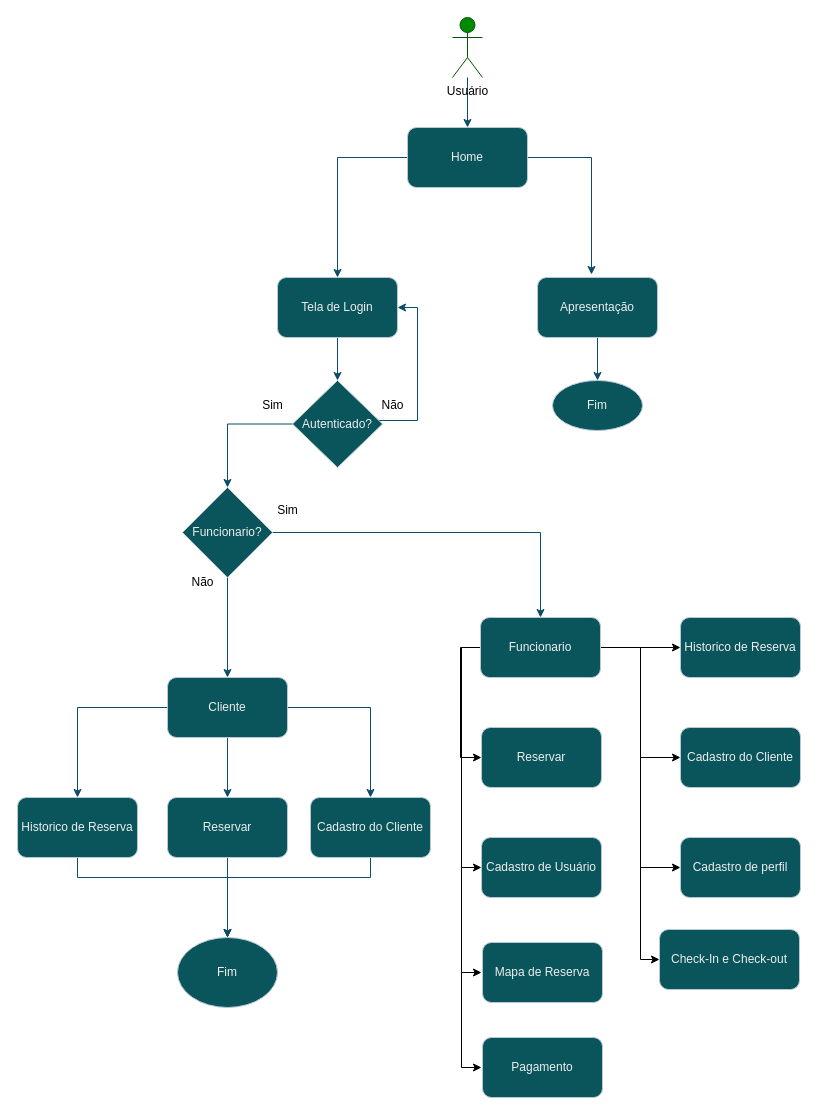
Earlier version of the draw.io diagram page "Fluxo do sistema" (1 of 5) of Diagramas.drawio (Esc-Sistema-de-Gerenciamento-de-Hoteis/Apresentacoes). Source tidied: cells renumbered, new cells numbered last; positions are measured from the earlier drawing's top-left corner, leaving out a move shared by most shapes. Both pictures are drawn from the tidied source at 100%, with x=0, y=0 at pixel (17, 17).
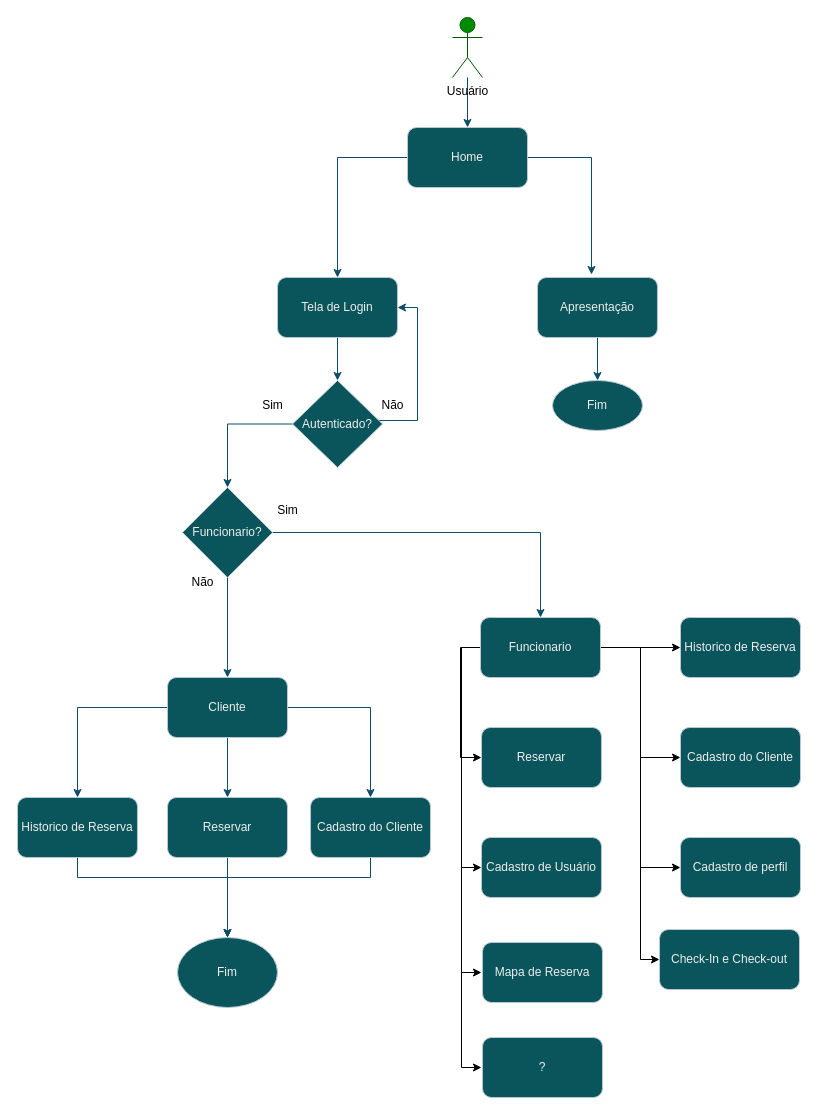
After the change.

The edit, as a diff of the source:
```diff
@@
-    <mxCell id="49" value="Pagamento" style="rounded=1;whiteSpace=wrap;html=1;fillColor=#09555B;strokeColor=#BAC8D3;labelBackgroundColor=none;fontColor=#EEEEEE;" parent="1" vertex="1">
+    <mxCell id="49" value="?" style="rounded=1;whiteSpace=wrap;html=1;fillColor=#09555B;strokeColor=#BAC8D3;labelBackgroundColor=none;fontColor=#EEEEEE;" parent="1" vertex="1">
       <mxGeometry x="465" y="1020" width="120" height="60" as="geometry" />
     </mxCell>
```
